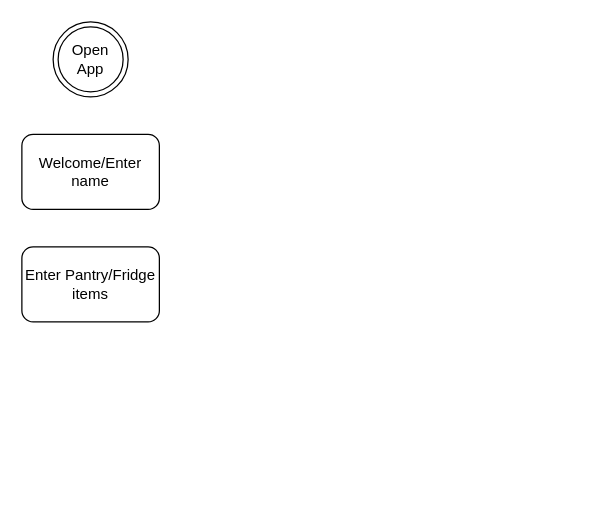
benaitcheson/coder-academy-terminal-app keeps this draw.io diagram as flowchart.drawio. Above is the earlier version. Source tidied: cells renumbered, new cells numbered last; positions are measured from the earlier drawing's top-left corner, leaving out a move shared by most shapes. Both pictures are drawn from the tidied source at 125%, with x=0, y=0 at pixel (21, 21).
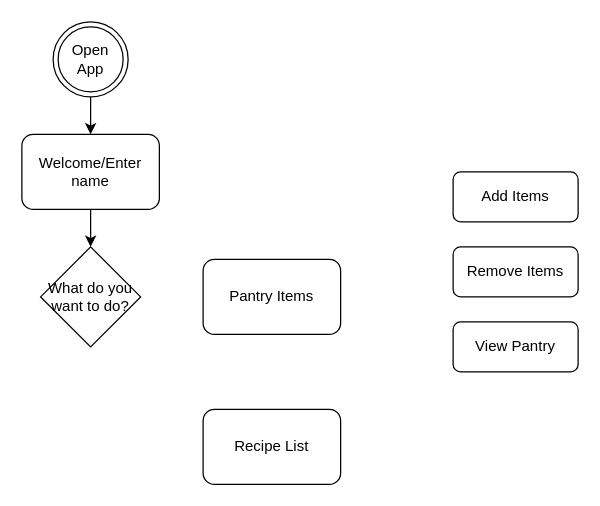
After the change.

Commit message (it also covers changes not shown here):
Amended flowchart

Diff of the diagram source:
```diff
@@
 <mxGraphModel>
   <root>
     <mxCell id="0" />
     <mxCell id="1" parent="0" />
     <mxCell id="2" value="Open&lt;br&gt;App" style="ellipse;shape=doubleEllipse;whiteSpace=wrap;html=1;" parent="1" vertex="1">
       <mxGeometry x="25" width="60" height="60" as="geometry" />
     </mxCell>
     <mxCell id="3" value="Welcome/Enter name" style="rounded=1;whiteSpace=wrap;html=1;" parent="1" vertex="1">
       <mxGeometry y="90" width="110" height="60" as="geometry" />
     </mxCell>
-    <mxCell id="4" value="Enter Pantry/Fridge items" style="rounded=1;whiteSpace=wrap;html=1;" parent="1" vertex="1">
-      <mxGeometry y="180" width="110" height="60" as="geometry" />
-    </mxCell>
+    <mxCell id="5" style="endArrow=classic;html=1;entryX=0.5;entryY=0;entryDx=0;entryDy=0;exitX=0.5;exitY=1;exitDx=0;exitDy=0;" parent="1" edge="1" source="2" target="3">
+      <mxGeometry relative="1" as="geometry" />
+    </mxCell>
+    <mxCell id="6" style="endArrow=classic;html=1;exitX=0.5;exitY=1;exitDx=0;exitDy=0;entryX=0.5;entryY=0;entryDx=0;entryDy=0;" parent="1" edge="1" source="3">
+      <mxGeometry relative="1" as="geometry">
+        <mxPoint x="55" y="180" as="targetPoint" />
+      </mxGeometry>
+    </mxCell>
+    <mxCell id="7" value="What do you want to do?" style="rhombus;whiteSpace=wrap;html=1;" parent="1" vertex="1">
+      <mxGeometry x="15" y="180" width="80" height="80" as="geometry" />
+    </mxCell>
+    <mxCell id="8" value="Add Items" style="rounded=1;whiteSpace=wrap;html=1;" parent="1" vertex="1">
+      <mxGeometry x="345" y="120" width="100" height="40" as="geometry" />
+    </mxCell>
+    <mxCell id="9" value="Remove Items" style="rounded=1;whiteSpace=wrap;html=1;" parent="1" vertex="1">
+      <mxGeometry x="345" y="180" width="100" height="40" as="geometry" />
+    </mxCell>
+    <mxCell id="10" value="View Pantry" style="rounded=1;whiteSpace=wrap;html=1;" parent="1" vertex="1">
+      <mxGeometry x="345" y="240" width="100" height="40" as="geometry" />
+    </mxCell>
+    <mxCell id="11" value="Pantry Items" style="rounded=1;whiteSpace=wrap;html=1;" parent="1" vertex="1">
+      <mxGeometry x="145" y="190" width="110" height="60" as="geometry" />
+    </mxCell>
+    <mxCell id="12" value="Recipe List" style="rounded=1;whiteSpace=wrap;html=1;" parent="1" vertex="1">
+      <mxGeometry x="145" y="310" width="110" height="60" as="geometry" />
+    </mxCell>
   </root>
 </mxGraphModel>
```
